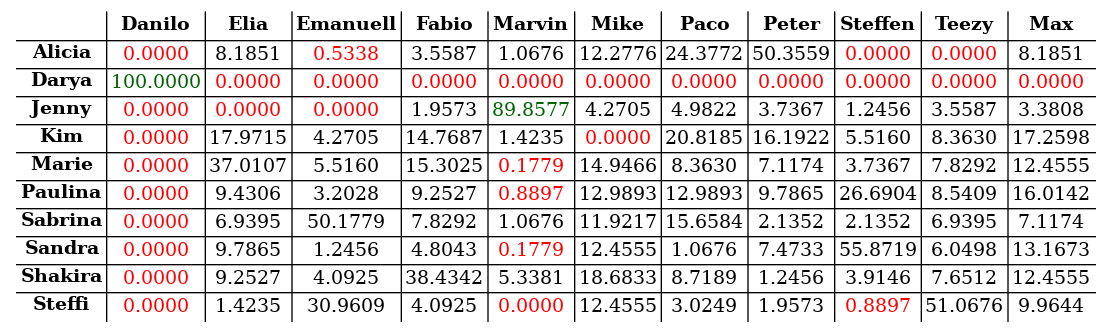
Earlier version of the Graphviz export s03r/s03r_tab.png (atticus-sullivan/sim-ayto). Its source is kept beside it as s03r/s03r_tab.dot.
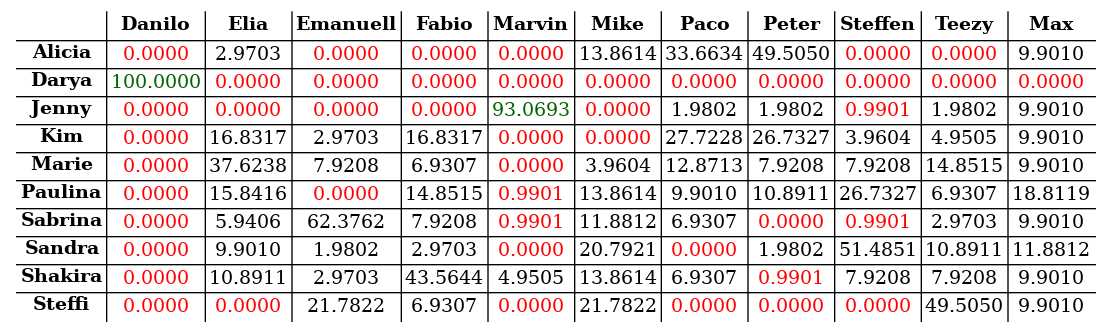
Later version of the same file.

What changed in the source:
```diff
@@ -17,16 +17,16 @@
 <tr>
 <td><B>Alicia</B></td>
 <td><font color="red">0.0000</font></td>
-<td><font color="black">8.1851</font></td>
-<td><font color="red">0.5338</font></td>
-<td><font color="black">3.5587</font></td>
-<td><font color="black">1.0676</font></td>
-<td><font color="black">12.2776</font></td>
-<td><font color="black">24.3772</font></td>
-<td><font color="black">50.3559</font></td>
+<td><font color="black">2.9703</font></td>
 <td><font color="red">0.0000</font></td>
 <td><font color="red">0.0000</font></td>
-<td><font color="black">8.1851</font></td>
+<td><font color="red">0.0000</font></td>
+<td><font color="black">13.8614</font></td>
+<td><font color="black">33.6634</font></td>
+<td><font color="black">49.5050</font></td>
+<td><font color="red">0.0000</font></td>
+<td><font color="red">0.0000</font></td>
+<td><font color="black">9.9010</font></td>
 </tr>
 <tr>
 <td><B>Darya</B></td>
@@ -47,112 +47,112 @@
 <td><font color="red">0.0000</font></td>
 <td><font color="red">0.0000</font></td>
 <td><font color="red">0.0000</font></td>
-<td><font color="black">1.9573</font></td>
-<td><font color="darkgreen">89.8577</font></td>
-<td><font color="black">4.2705</font></td>
-<td><font color="black">4.9822</font></td>
-<td><font color="black">3.7367</font></td>
-<td><font color="black">1.2456</font></td>
-<td><font color="black">3.5587</font></td>
-<td><font color="black">3.3808</font></td>
+<td><font color="red">0.0000</font></td>
+<td><font color="darkgreen">93.0693</font></td>
+<td><font color="red">0.0000</font></td>
+<td><font color="black">1.9802</font></td>
+<td><font color="black">1.9802</font></td>
+<td><font color="red">0.9901</font></td>
+<td><font color="black">1.9802</font></td>
+<td><font color="black">9.9010</font></td>
 </tr>
 <tr>
 <td><B>Kim</B></td>
 <td><font color="red">0.0000</font></td>
-<td><font color="black">17.9715</font></td>
-<td><font color="black">4.2705</font></td>
-<td><font color="black">14.7687</font></td>
-<td><font color="black">1.4235</font></td>
+<td><font color="black">16.8317</font></td>
+<td><font color="black">2.9703</font></td>
+<td><font color="black">16.8317</font></td>
 <td><font color="red">0.0000</font></td>
-<td><font color="black">20.8185</font></td>
-<td><font color="black">16.1922</font></td>
-<td><font color="black">5.5160</font></td>
-<td><font color="black">8.3630</font></td>
-<td><font color="black">17.2598</font></td>
+<td><font color="red">0.0000</font></td>
+<td><font color="black">27.7228</font></td>
+<td><font color="black">26.7327</font></td>
+<td><font color="black">3.9604</font></td>
+<td><font color="black">4.9505</font></td>
+<td><font color="black">9.9010</font></td>
 </tr>
 <tr>
 <td><B>Marie</B></td>
 <td><font color="red">0.0000</font></td>
-<td><font color="black">37.0107</font></td>
-<td><font color="black">5.5160</font></td>
-<td><font color="black">15.3025</font></td>
-<td><font color="red">0.1779</font></td>
-<td><font color="black">14.9466</font></td>
-<td><font color="black">8.3630</font></td>
-<td><font color="black">7.1174</font></td>
-<td><font color="black">3.7367</font></td>
-<td><font color="black">7.8292</font></td>
-<td><font color="black">12.4555</font></td>
+<td><font color="black">37.6238</font></td>
+<td><font color="black">7.9208</font></td>
+<td><font color="black">6.9307</font></td>
+<td><font color="red">0.0000</font></td>
+<td><font color="black">3.9604</font></td>
+<td><font color="black">12.8713</font></td>
+<td><font color="black">7.9208</font></td>
+<td><font color="black">7.9208</font></td>
+<td><font color="black">14.8515</font></td>
+<td><font color="black">9.9010</font></td>
 </tr>
 <tr>
 <td><B>Paulina</B></td>
 <td><font color="red">0.0000</font></td>
-<td><font color="black">9.4306</font></td>
-<td><font color="black">3.2028</font></td>
-<td><font color="black">9.2527</font></td>
-<td><font color="red">0.8897</font></td>
-<td><font color="black">12.9893</font></td>
-<td><font color="black">12.9893</font></td>
-<td><font color="black">9.7865</font></td>
-<td><font color="black">26.6904</font></td>
-<td><font color="black">8.5409</font></td>
-<td><font color="black">16.0142</font></td>
+<td><font color="black">15.8416</font></td>
+<td><font color="red">0.0000</font></td>
+<td><font color="black">14.8515</font></td>
+<td><font color="red">0.9901</font></td>
+<td><font color="black">13.8614</font></td>
+<td><font color="black">9.9010</font></td>
+<td><font color="black">10.8911</font></td>
+<td><font color="black">26.7327</font></td>
+<td><font color="black">6.9307</font></td>
+<td><font color="black">18.8119</font></td>
 </tr>
 <tr>
 <td><B>Sabrina</B></td>
 <td><font color="red">0.0000</font></td>
-<td><font color="black">6.9395</font></td>
-<td><font color="black">50.1779</font></td>
-<td><font color="black">7.8292</font></td>
-<td><font color="black">1.0676</font></td>
-<td><font color="black">11.9217</font></td>
-<td><font color="black">15.6584</font></td>
-<td><font color="black">2.1352</font></td>
-<td><font color="black">2.1352</font></td>
-<td><font color="black">6.9395</font></td>
-<td><font color="black">7.1174</font></td>
+<td><font color="black">5.9406</font></td>
+<td><font color="black">62.3762</font></td>
+<td><font color="black">7.9208</font></td>
+<td><font color="red">0.9901</font></td>
+<td><font color="black">11.8812</font></td>
+<td><font color="black">6.9307</font></td>
+<td><font color="red">0.0000</font></td>
+<td><font color="red">0.9901</font></td>
+<td><font color="black">2.9703</font></td>
+<td><font color="black">9.9010</font></td>
 </tr>
 <tr>
 <td><B>Sandra</B></td>
 <td><font color="red">0.0000</font></td>
-<td><font color="black">9.7865</font></td>
-<td><font color="black">1.2456</font></td>
-<td><font color="black">4.8043</font></td>
-<td><font color="red">0.1779</font></td>
-<td><font color="black">12.4555</font></td>
-<td><font color="black">1.0676</font></td>
-<td><font color="black">7.4733</font></td>
-<td><font color="black">55.8719</font></td>
-<td><font color="black">6.0498</font></td>
-<td><font color="black">13.1673</font></td>
+<td><font color="black">9.9010</font></td>
+<td><font color="black">1.9802</font></td>
+<td><font color="black">2.9703</font></td>
+<td><font color="red">0.0000</font></td>
+<td><font color="black">20.7921</font></td>
+<td><font color="red">0.0000</font></td>
+<td><font color="black">1.9802</font></td>
+<td><font color="black">51.4851</font></td>
+<td><font color="black">10.8911</font></td>
+<td><font color="black">11.8812</font></td>
 </tr>
 <tr>
 <td><B>Shakira</B></td>
 <td><font color="red">0.0000</font></td>
-<td><font color="black">9.2527</font></td>
-<td><font color="black">4.0925</font></td>
-<td><font color="black">38.4342</font></td>
-<td><font color="black">5.3381</font></td>
-<td><font color="black">18.6833</font></td>
-<td><font color="black">8.7189</font></td>
-<td><font color="black">1.2456</font></td>
-<td><font color="black">3.9146</font></td>
-<td><font color="black">7.6512</font></td>
-<td><font color="black">12.4555</font></td>
+<td><font color="black">10.8911</font></td>
+<td><font color="black">2.9703</font></td>
+<td><font color="black">43.5644</font></td>
+<td><font color="black">4.9505</font></td>
+<td><font color="black">13.8614</font></td>
+<td><font color="black">6.9307</font></td>
+<td><font color="red">0.9901</font></td>
+<td><font color="black">7.9208</font></td>
+<td><font color="black">7.9208</font></td>
+<td><font color="black">9.9010</font></td>
 </tr>
 <tr>
 <td><B>Steffi</B></td>
 <td><font color="red">0.0000</font></td>
-<td><font color="black">1.4235</font></td>
-<td><font color="black">30.9609</font></td>
-<td><font color="black">4.0925</font></td>
 <td><font color="red">0.0000</font></td>
-<td><font color="black">12.4555</font></td>
-<td><font color="black">3.0249</font></td>
-<td><font color="black">1.9573</font></td>
-<td><font color="red">0.8897</font></td>
-<td><font color="black">51.0676</font></td>
-<td><font color="black">9.9644</font></td>
+<td><font color="black">21.7822</font></td>
+<td><font color="black">6.9307</font></td>
+<td><font color="red">0.0000</font></td>
+<td><font color="black">21.7822</font></td>
+<td><font color="red">0.0000</font></td>
+<td><font color="red">0.0000</font></td>
+<td><font color="red">0.0000</font></td>
+<td><font color="black">49.5050</font></td>
+<td><font color="black">9.9010</font></td>
 </tr>
 </table>
 >];}
```
